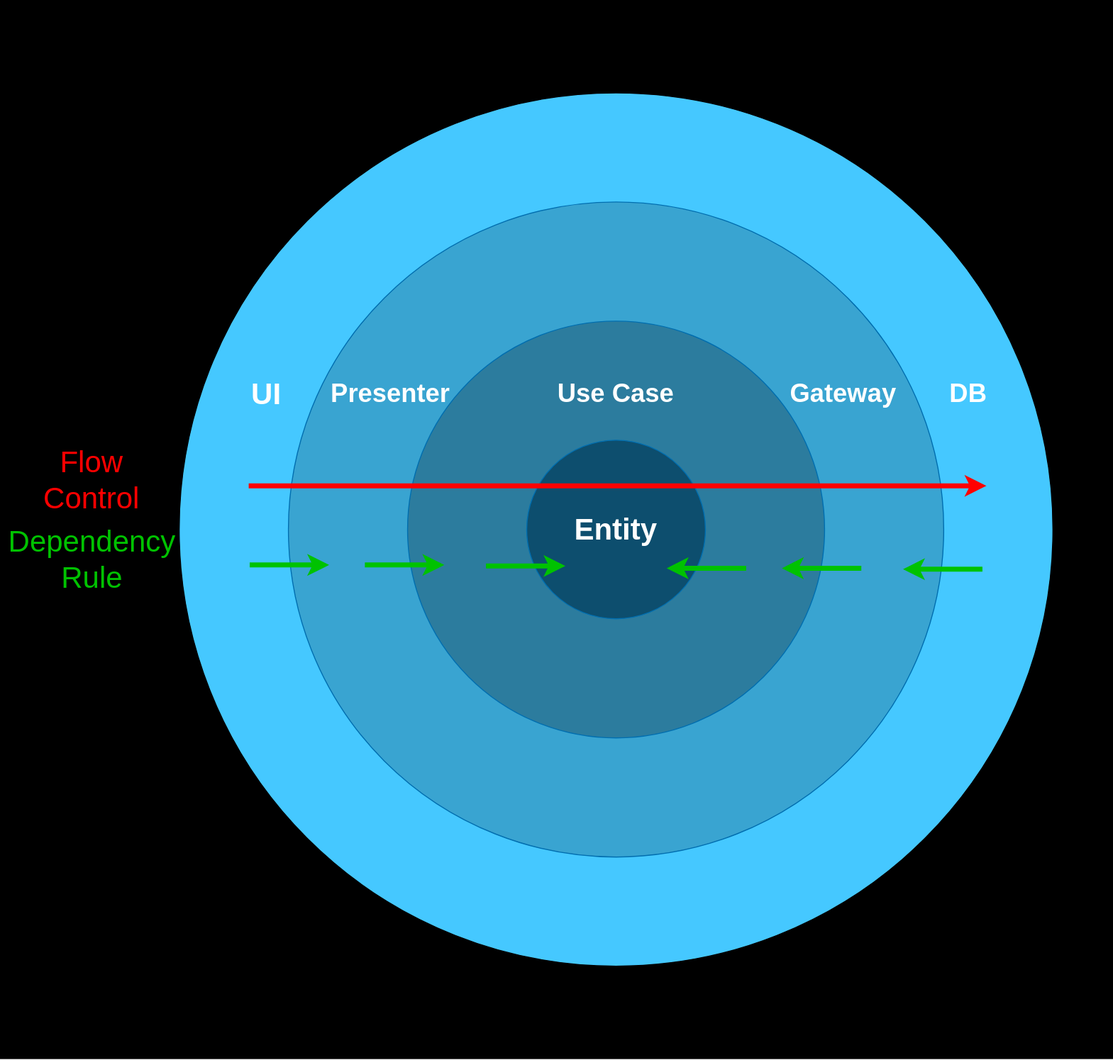
AlexanderLapygin/dependency-inversion-slides keeps this draw.io diagram as diagrams/images/caFlowControlDependencyRule.svg. Above is the earlier version. Source tidied: cells renumbered, new cells last; positions are measured from the earlier drawing's top-left corner, leaving out a move shared by most shapes.
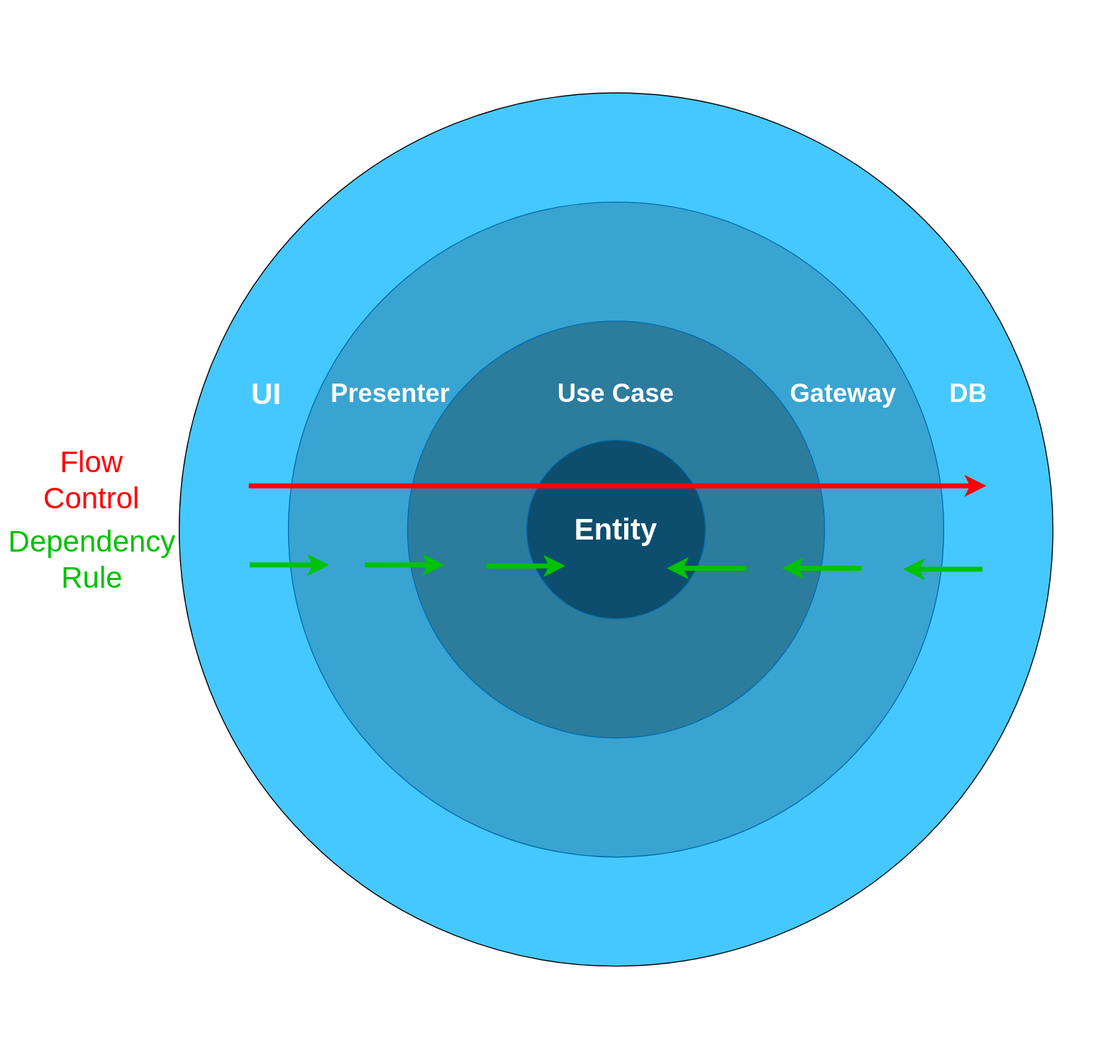
Above is the later version.

Change to the diagram source:
```diff
@@ -2,7 +2,7 @@
   <root>
     <mxCell id="0" />
     <mxCell id="1" parent="0" />
-    <mxCell id="2" style="rounded=0;whiteSpace=wrap;html=1;fillColor=#000000;fontSize=30;fontColor=#FFFFFF;" parent="1" vertex="1">
+    <mxCell id="2" style="rounded=0;whiteSpace=wrap;html=1;fillColor=none;fontSize=30;fontColor=#FFFFFF;strokeColor=none;" parent="1" vertex="1">
       <mxGeometry y="-0.1" width="1120" height="1066.2" as="geometry" />
     </mxCell>
     <mxCell id="3" style="ellipse;whiteSpace=wrap;html=1;fillColor=#45C8FF;fontSize=30;labelPosition=center;verticalLabelPosition=top;align=center;verticalAlign=bottom;" parent="1" vertex="1">
```
